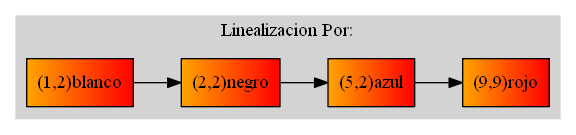
This is listaD.png from Tiago-130414/EDD_2S2019_PY1_201313722, a Graphviz export, as it was before one commit. Its source is kept beside it as listaD.dot.
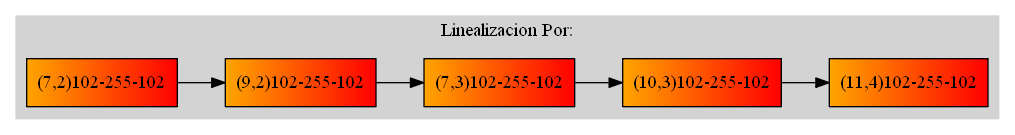
After the commit.

The edit, as a diff of the source:
```diff
@@ -8,15 +8,17 @@
 	labelloc=t;
 	node [shape = record, style="filled"fillcolor="orange:red",width=0.7,height=0.5];
 
-	NodoblancoX1Y2[label="{(1,2)blanco}"];
-	NodonegroX2Y2[label="{(2,2)negro}"];
-	NodoazulX5Y2[label="{(5,2)azul}"];
-	NodorojoX9Y9[label="{(9,9)rojo}"];
+	NodoX7Y2[label="{(7,2)102-255-102}"];
+	NodoX9Y2[label="{(9,2)102-255-102}"];
+	NodoX7Y3[label="{(7,3)102-255-102}"];
+	NodoX10Y3[label="{(10,3)102-255-102}"];
+	NodoX11Y4[label="{(11,4)102-255-102}"];
 
 
-	NodoblancoX1Y2->NodonegroX2Y2;
-	NodonegroX2Y2->NodoazulX5Y2;
-	NodoazulX5Y2->NodorojoX9Y9;
+	NodoX7Y2->NodoX9Y2;
+	NodoX9Y2->NodoX7Y3;
+	NodoX7Y3->NodoX10Y3;
+	NodoX10Y3->NodoX11Y4;
 
 
 	label="Linealizacion Por:";
```
